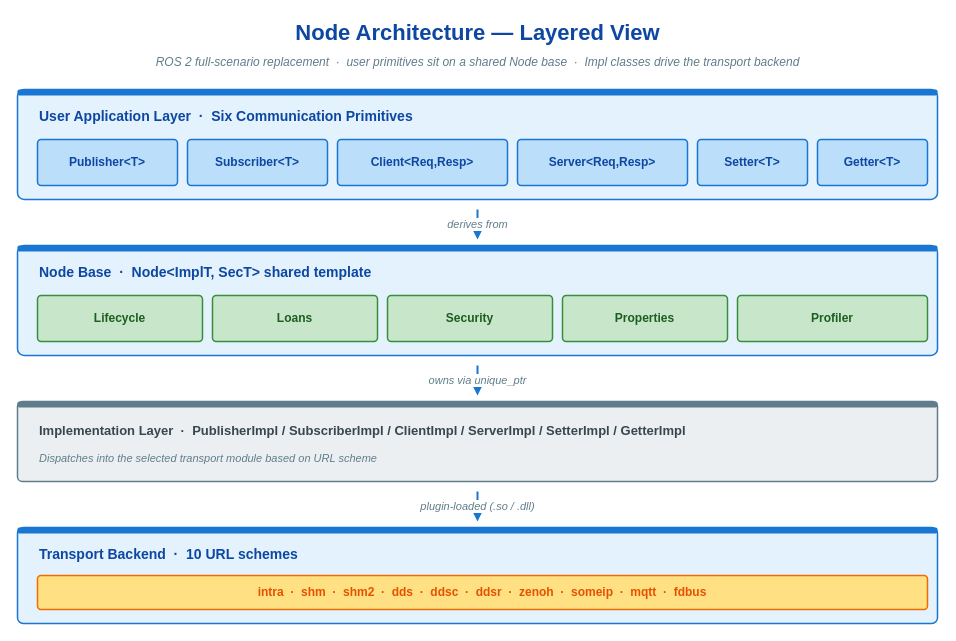
Earlier version of the draw.io diagram doc/images/node-architecture-layers.drawio (thun-res/vlink). Source tidied: cells renumbered, new cells numbered last; positions are measured from the earlier drawing's top-left corner, leaving out a move shared by most shapes. Both pictures are drawn from the tidied source at 100%, with x=0, y=0 at pixel (17, 17).
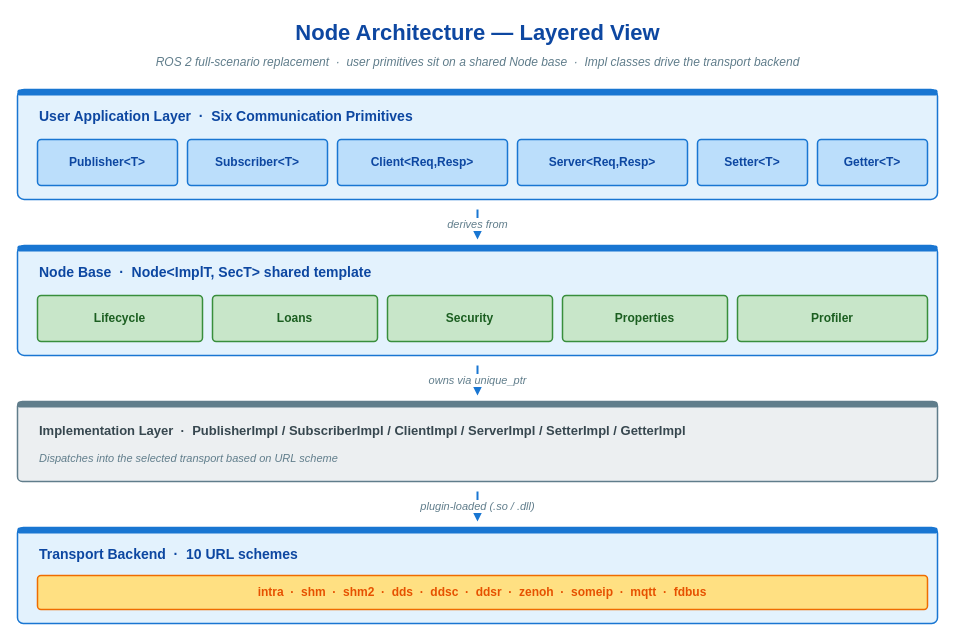
The same page after the edit.

Diff of the diagram source:
```diff
@@
-    <mxCell id="26" value="Dispatches into the selected transport module based on URL scheme" style="text;html=1;align=left;verticalAlign=middle;strokeColor=none;fillColor=none;fontFamily=Helvetica;fontSize=11;fontStyle=2;fontColor=#607d8b;" parent="1" vertex="1">
+    <mxCell id="26" value="Dispatches into the selected transport based on URL scheme" style="text;html=1;align=left;verticalAlign=middle;strokeColor=none;fillColor=none;fontFamily=Helvetica;fontSize=11;fontStyle=2;fontColor=#607d8b;" parent="1" vertex="1">
       <mxGeometry x="20" y="430" width="880" height="22" as="geometry" />
     </mxCell>
```
